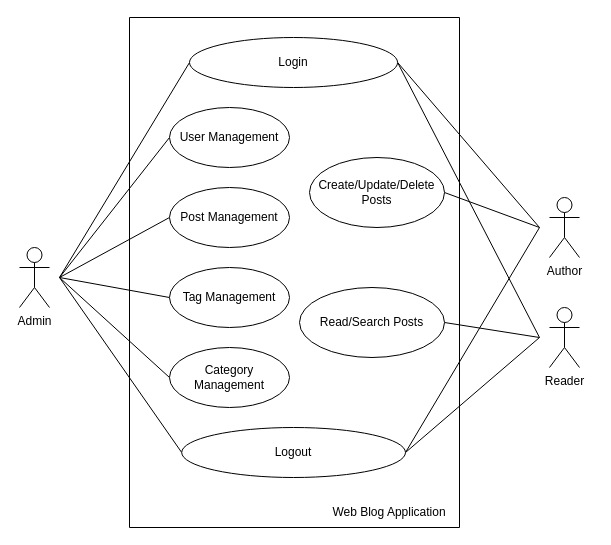
This is Diagrams/UserCase (1).drawio from LongNguyen3888/MockProject, a draw.io file, before an edit. Source tidied: cells renumbered, new cells numbered last; positions are measured from the earlier drawing's top-left corner, leaving out a move shared by most shapes. Both pictures are drawn from the tidied source at 100%, with x=0, y=0 at pixel (19, 17).
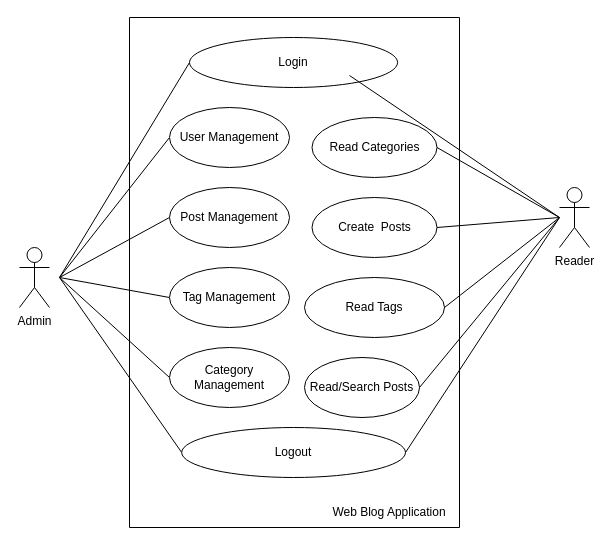
After the change.

Unchanged cells that the change refers to:
```xml
<mxCell id="3" style="swimlane;startSize=0;" parent="1" vertex="1">
  <mxGeometry x="110" width="330" height="510" as="geometry" />
</mxCell>
<mxCell id="7" value="Login" style="ellipse;whiteSpace=wrap;html=1;" parent="3" vertex="1">
  <mxGeometry x="60" y="20" width="208.1" height="50" as="geometry" />
</mxCell>
<mxCell id="21" value="Logout" style="ellipse;whiteSpace=wrap;html=1;" parent="3" vertex="1">
  <mxGeometry x="52.2" y="410" width="223.8" height="50" as="geometry" />
</mxCell>
```

What changed in the source:
```diff
@@
-    <mxCell id="5" style="edgeStyle=none;shape=connector;rounded=0;jettySize=auto;html=1;exitX=1;exitY=0.5;exitDx=0;exitDy=0;strokeColor=default;align=center;verticalAlign=middle;fontFamily=Helvetica;fontSize=11;fontColor=default;labelBackgroundColor=default;endArrow=none;endFill=0;" parent="3" edge="1" source="7">
-      <mxGeometry relative="1" as="geometry">
-        <mxPoint x="410" y="210" as="targetPoint" />
-      </mxGeometry>
-    </mxCell>
-    <mxCell id="6" style="edgeStyle=none;shape=connector;rounded=0;jettySize=auto;html=1;exitX=1;exitY=0.5;exitDx=0;exitDy=0;strokeColor=default;align=center;verticalAlign=middle;fontFamily=Helvetica;fontSize=11;fontColor=default;labelBackgroundColor=default;endArrow=none;endFill=0;" parent="3" edge="1" source="7">
-      <mxGeometry relative="1" as="geometry">
-        <mxPoint x="410" y="320" as="targetPoint" />
-      </mxGeometry>
-    </mxCell>
@@
-    <mxCell id="8" style="edgeStyle=none;shape=connector;rounded=0;jettySize=auto;html=1;exitX=1;exitY=0.5;exitDx=0;exitDy=0;strokeColor=default;align=center;verticalAlign=middle;fontFamily=Helvetica;fontSize=11;fontColor=default;labelBackgroundColor=default;endArrow=none;endFill=0;" parent="3" edge="1" source="9">
-      <mxGeometry relative="1" as="geometry">
-        <mxPoint x="410" y="210" as="targetPoint" />
-      </mxGeometry>
-    </mxCell>
-    <mxCell id="9" value="Create/Update/Delete Posts" style="ellipse;whiteSpace=wrap;html=1;" parent="3" vertex="1">
-      <mxGeometry x="180" y="140" width="135" height="70" as="geometry" />
+    <mxCell id="9" value="Create&amp;nbsp; Posts" style="ellipse;whiteSpace=wrap;html=1;" parent="3" vertex="1">
+      <mxGeometry x="182.5" y="180" width="125" height="60" as="geometry" />
     </mxCell>
@@
-    <mxCell id="19" style="edgeStyle=none;shape=connector;rounded=0;jettySize=auto;html=1;exitX=1;exitY=0.5;exitDx=0;exitDy=0;strokeColor=default;align=center;verticalAlign=middle;fontFamily=Helvetica;fontSize=11;fontColor=default;labelBackgroundColor=default;endArrow=none;endFill=0;" parent="3" edge="1" source="21">
-      <mxGeometry relative="1" as="geometry">
-        <mxPoint x="410" y="320" as="targetPoint" />
-      </mxGeometry>
-    </mxCell>
-    <mxCell id="20" style="edgeStyle=none;shape=connector;rounded=0;jettySize=auto;html=1;exitX=1;exitY=0.5;exitDx=0;exitDy=0;strokeColor=default;align=center;verticalAlign=middle;fontFamily=Helvetica;fontSize=11;fontColor=default;labelBackgroundColor=default;endArrow=none;endFill=0;" parent="3" edge="1" source="21">
-      <mxGeometry relative="1" as="geometry">
-        <mxPoint x="410" y="210" as="targetPoint" />
-      </mxGeometry>
-    </mxCell>
@@
-    <mxCell id="22" style="edgeStyle=none;shape=connector;rounded=0;jettySize=auto;html=1;exitX=1;exitY=0.5;exitDx=0;exitDy=0;strokeColor=default;align=center;verticalAlign=middle;fontFamily=Helvetica;fontSize=11;fontColor=default;labelBackgroundColor=default;endArrow=none;endFill=0;" parent="3" edge="1" source="23">
-      <mxGeometry relative="1" as="geometry">
-        <mxPoint x="410" y="320" as="targetPoint" />
-      </mxGeometry>
-    </mxCell>
     <mxCell id="23" value="Read/Search Posts" style="ellipse;whiteSpace=wrap;html=1;" parent="3" vertex="1">
-      <mxGeometry x="170" y="270" width="145" height="70" as="geometry" />
+      <mxGeometry x="175" y="340" width="115" height="60" as="geometry" />
     </mxCell>
@@
-    <mxCell id="25" value="Author" style="shape=umlActor;verticalLabelPosition=bottom;verticalAlign=top;html=1;" parent="1" vertex="1">
-      <mxGeometry x="530" y="180" width="30" height="60" as="geometry" />
-    </mxCell>
+    <mxCell id="27" value="Read Tags" style="ellipse;whiteSpace=wrap;html=1;" parent="3" vertex="1">
+      <mxGeometry x="175" y="260" width="140" height="60" as="geometry" />
+    </mxCell>
+    <mxCell id="28" value="Read Categories" style="ellipse;whiteSpace=wrap;html=1;" parent="3" vertex="1">
+      <mxGeometry x="182.5" y="100" width="125" height="60" as="geometry" />
+    </mxCell>
+    <mxCell id="29" style="edgeStyle=none;shape=connector;rounded=0;jettySize=auto;html=1;exitX=1;exitY=0.5;exitDx=0;exitDy=0;strokeColor=default;align=center;verticalAlign=middle;fontFamily=Helvetica;fontSize=11;fontColor=default;labelBackgroundColor=default;endArrow=none;endFill=0;" parent="3" edge="1" source="27">
+      <mxGeometry relative="1" as="geometry">
+        <mxPoint x="430" y="200" as="targetPoint" />
+      </mxGeometry>
+    </mxCell>
     <mxCell id="26" value="Reader" style="shape=umlActor;verticalLabelPosition=bottom;verticalAlign=top;html=1;" parent="1" vertex="1">
-      <mxGeometry x="530" y="290" width="30" height="60" as="geometry" />
+      <mxGeometry x="540" y="170" width="30" height="60" as="geometry" />
     </mxCell>
+    <mxCell id="19" style="edgeStyle=none;shape=connector;rounded=0;jettySize=auto;html=1;exitX=1;exitY=0.5;exitDx=0;exitDy=0;strokeColor=default;align=center;verticalAlign=middle;fontFamily=Helvetica;fontSize=11;fontColor=default;labelBackgroundColor=default;endArrow=none;endFill=0;" parent="1" edge="1" source="21">
+      <mxGeometry relative="1" as="geometry">
+        <mxPoint x="540" y="200" as="targetPoint" />
+      </mxGeometry>
+    </mxCell>
+    <mxCell id="30" style="edgeStyle=none;shape=connector;rounded=0;orthogonalLoop=1;jettySize=auto;html=1;exitX=1;exitY=0.5;exitDx=0;exitDy=0;strokeColor=default;align=center;verticalAlign=middle;fontFamily=Helvetica;fontSize=11;fontColor=default;labelBackgroundColor=default;endArrow=none;endFill=0;" parent="1" edge="1">
+      <mxGeometry relative="1" as="geometry">
+        <mxPoint x="330" y="58" as="sourcePoint" />
+        <mxPoint x="540" y="200" as="targetPoint" />
+      </mxGeometry>
+    </mxCell>
+    <mxCell id="31" style="edgeStyle=none;shape=connector;rounded=0;jettySize=auto;html=1;exitX=1;exitY=0.5;exitDx=0;exitDy=0;strokeColor=default;align=center;verticalAlign=middle;fontFamily=Helvetica;fontSize=11;fontColor=default;labelBackgroundColor=default;endArrow=none;endFill=0;" parent="1" edge="1" source="9">
+      <mxGeometry relative="1" as="geometry">
+        <mxPoint x="540" y="200" as="targetPoint" />
+      </mxGeometry>
+    </mxCell>
+    <mxCell id="32" style="edgeStyle=none;shape=connector;rounded=0;jettySize=auto;html=1;exitX=1;exitY=0.5;exitDx=0;exitDy=0;strokeColor=default;align=center;verticalAlign=middle;fontFamily=Helvetica;fontSize=11;fontColor=default;labelBackgroundColor=default;endArrow=none;endFill=0;" parent="1" edge="1" source="28">
+      <mxGeometry relative="1" as="geometry">
+        <mxPoint x="540" y="200" as="targetPoint" />
+      </mxGeometry>
+    </mxCell>
+    <mxCell id="33" style="edgeStyle=none;shape=connector;rounded=0;jettySize=auto;html=1;exitX=1;exitY=0.5;exitDx=0;exitDy=0;strokeColor=default;align=center;verticalAlign=middle;fontFamily=Helvetica;fontSize=11;fontColor=default;labelBackgroundColor=default;endArrow=none;endFill=0;" parent="1" edge="1" source="23">
+      <mxGeometry relative="1" as="geometry">
+        <mxPoint x="540" y="200" as="targetPoint" />
+      </mxGeometry>
+    </mxCell>
```
